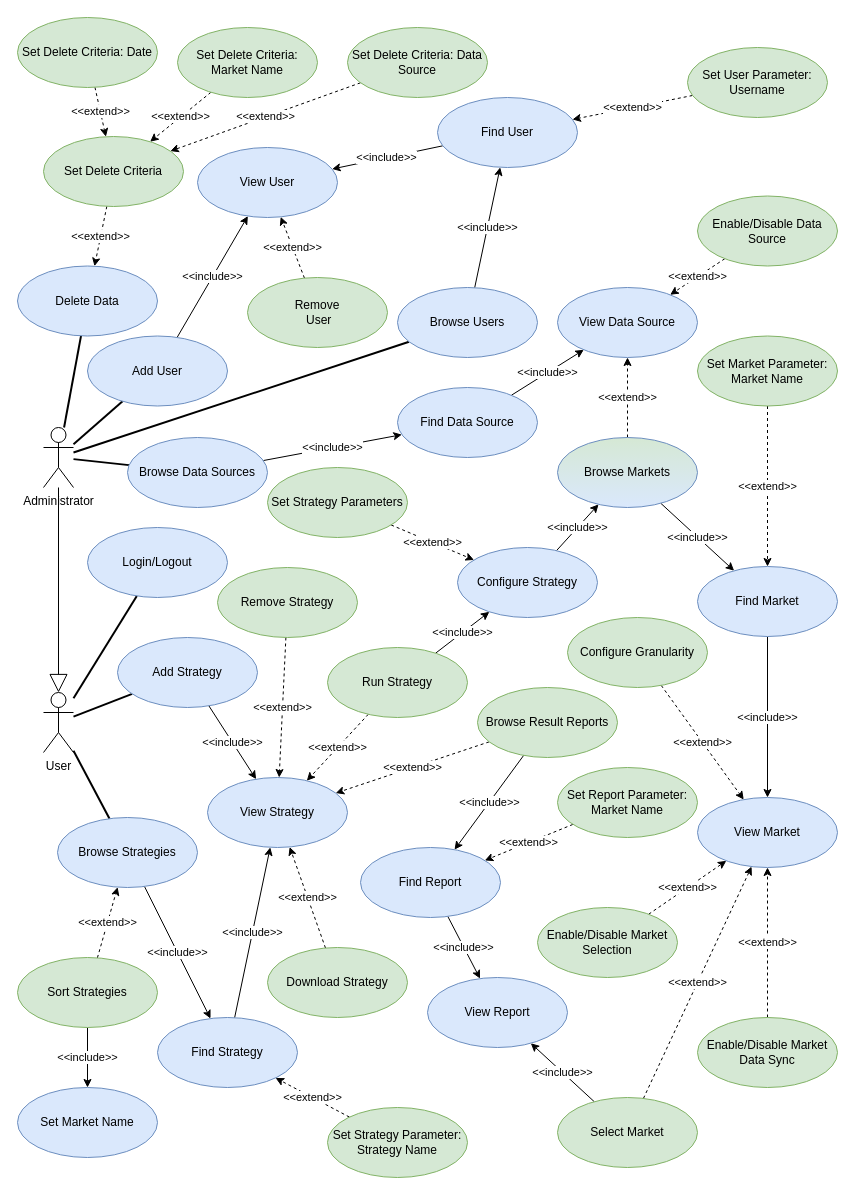
The draw.io diagram drawio/usecases.drawio in nferrante1/lsmsd2, before the edit. Source tidied: cells renumbered, new cells numbered last; positions are measured from the earlier drawing's top-left corner, leaving out a move shared by most shapes. Both pictures are drawn from the tidied source at 100%, with x=0, y=0 at pixel (17, 17).
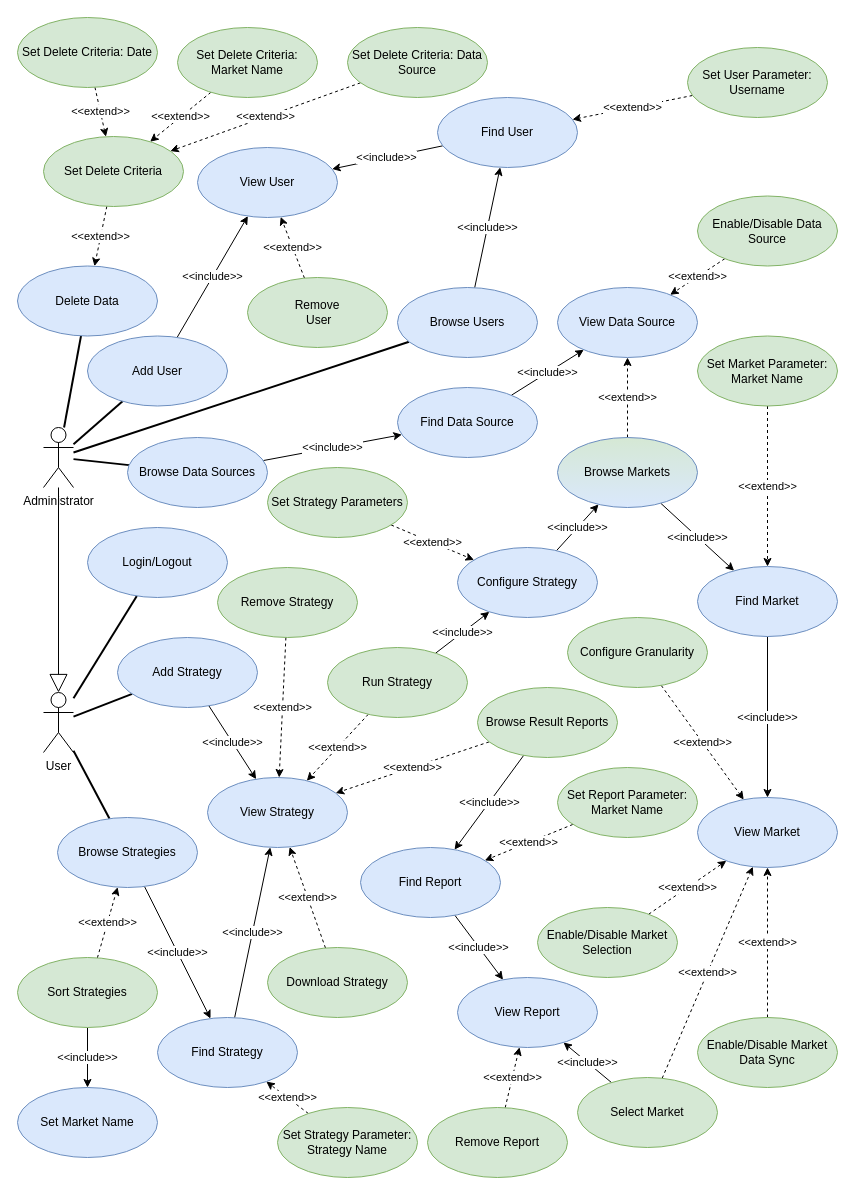
The same diagram, later.

Commit message:
Add Remove Report use case

Diff of the diagram source:
```diff
@@
     <mxCell id="60" value="Set Strategy Parameter: Strategy Name" style="ellipse;whiteSpace=wrap;html=1;fillColor=#d5e8d4;strokeColor=#82b366;" parent="1" vertex="1">
-      <mxGeometry x="310" y="1090" width="140" height="70" as="geometry" />
+      <mxGeometry x="260" y="1090" width="140" height="70" as="geometry" />
     </mxCell>
@@
     <mxCell id="76" value="View Report" style="ellipse;whiteSpace=wrap;html=1;fillColor=#dae8fc;strokeColor=#6c8ebf;" parent="1" vertex="1">
-      <mxGeometry x="410" y="960" width="140" height="70" as="geometry" />
+      <mxGeometry x="440" y="960" width="140" height="70" as="geometry" />
     </mxCell>
@@
     <mxCell id="81" value="Select Market" style="ellipse;whiteSpace=wrap;html=1;fillColor=#d5e8d4;strokeColor=#82b366;" parent="1" vertex="1">
-      <mxGeometry x="540" y="1080" width="140" height="70" as="geometry" />
+      <mxGeometry x="560" y="1060" width="140" height="70" as="geometry" />
     </mxCell>
@@
+    <mxCell id="90" value="&amp;lt;&amp;lt;extend&amp;gt;&amp;gt;" style="edgeStyle=none;rounded=0;jettySize=auto;html=1;dashed=1;" parent="1" edge="1" source="91" target="76">
+      <mxGeometry relative="1" as="geometry" />
+    </mxCell>
+    <mxCell id="91" value="Remove Report" style="ellipse;whiteSpace=wrap;html=1;fillColor=#d5e8d4;strokeColor=#82b366;" parent="1" vertex="1">
+      <mxGeometry x="410" y="1090" width="140" height="70" as="geometry" />
+    </mxCell>
```
